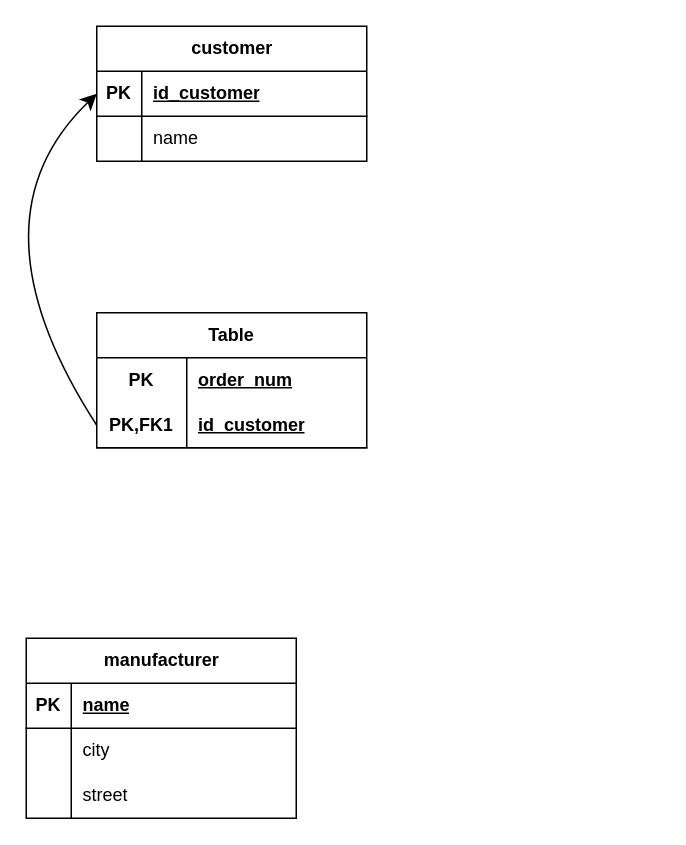
Before: RA2A2_act(2).drawio in victor06-git/Progam_with_Victor, a draw.io diagram. Source tidied: cells renumbered, new cells numbered last; positions are measured from the earlier drawing's top-left corner, leaving out a move shared by most shapes. Both pictures are drawn from the tidied source at 150%, with x=0, y=0 at pixel (-36, 26).
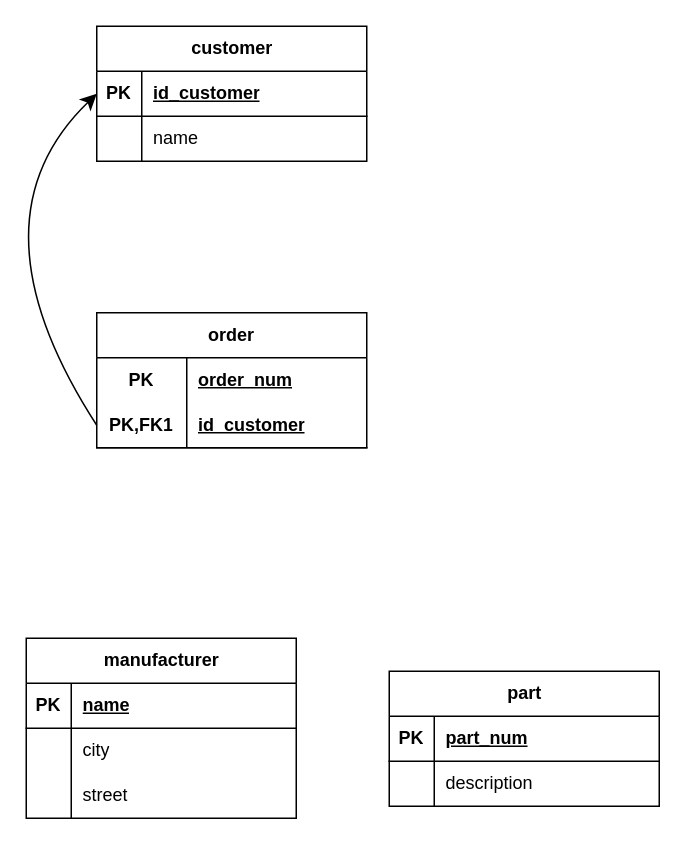
Above is the later version.

The edit, as a diff of the source:
```diff
@@
-    <mxCell id="9" value="Table" style="shape=table;startSize=30;childLayout=tableLayout;rowLines=0;fontStyle=1;align=center;html=1;whiteSpace=wrap;" parent="1" vertex="1">
+    <mxCell id="9" value="order" style="shape=table;startSize=30;childLayout=tableLayout;rowLines=0;fontStyle=1;align=center;html=1;whiteSpace=wrap;" parent="1" vertex="1">
       <mxGeometry x="88" y="191" width="180" height="90" as="geometry" />
     </mxCell>
@@
+    <mxCell id="27" value="part" style="shape=table;startSize=30;childLayout=tableLayout;rowLines=0;fontStyle=1;align=center;html=1;" parent="1" vertex="1">
+      <mxGeometry x="283" y="430" width="180" height="90" as="geometry" />
+    </mxCell>
+    <mxCell id="28" style="shape=tableRow;horizontal=0;startSize=0;swimlaneHead=0;swimlaneBody=0;fillColor=none;top=0;left=0;right=0;bottom=1;" parent="27" vertex="1">
+      <mxGeometry y="30" width="180" height="30" as="geometry" />
+    </mxCell>
+    <mxCell id="29" value="PK" style="shape=partialRectangle;fillColor=none;top=0;left=0;bottom=0;right=0;fontStyle=1;overflow=hidden;whiteSpace=wrap;html=1;" parent="28" vertex="1">
+      <mxGeometry width="30" height="30" as="geometry" />
+    </mxCell>
+    <mxCell id="30" value="part_num" style="shape=partialRectangle;fillColor=none;top=0;left=0;bottom=0;right=0;align=left;spacingLeft=6;fontStyle=5;overflow=hidden;whiteSpace=wrap;html=1;" parent="28" vertex="1">
+      <mxGeometry x="30" width="150" height="30" as="geometry" />
+    </mxCell>
+    <mxCell id="31" style="shape=tableRow;horizontal=0;startSize=0;swimlaneHead=0;swimlaneBody=0;fillColor=none;top=0;left=0;right=0;bottom=0;" parent="27" vertex="1">
+      <mxGeometry y="60" width="180" height="30" as="geometry" />
+    </mxCell>
+    <mxCell id="32" style="shape=partialRectangle;fillColor=none;top=0;left=0;bottom=0;right=0;overflow=hidden;whiteSpace=wrap;html=1;" parent="31" vertex="1">
+      <mxGeometry width="30" height="30" as="geometry" />
+    </mxCell>
+    <mxCell id="33" value="description" style="shape=partialRectangle;fillColor=none;top=0;left=0;bottom=0;right=0;align=left;spacingLeft=6;overflow=hidden;whiteSpace=wrap;html=1;" parent="31" vertex="1">
+      <mxGeometry x="30" width="150" height="30" as="geometry" />
+    </mxCell>
```
